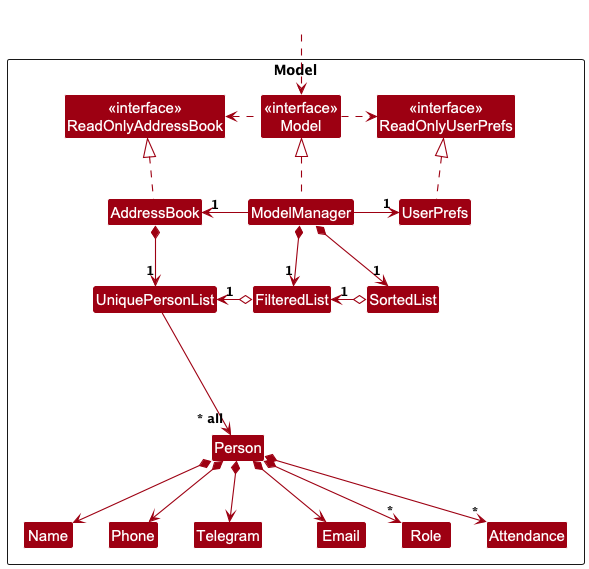
This is docs/images/ModelClassDiagram.png from nus-cs2103-AY2425S1/tp, a PlantUML export, as it was before one commit.
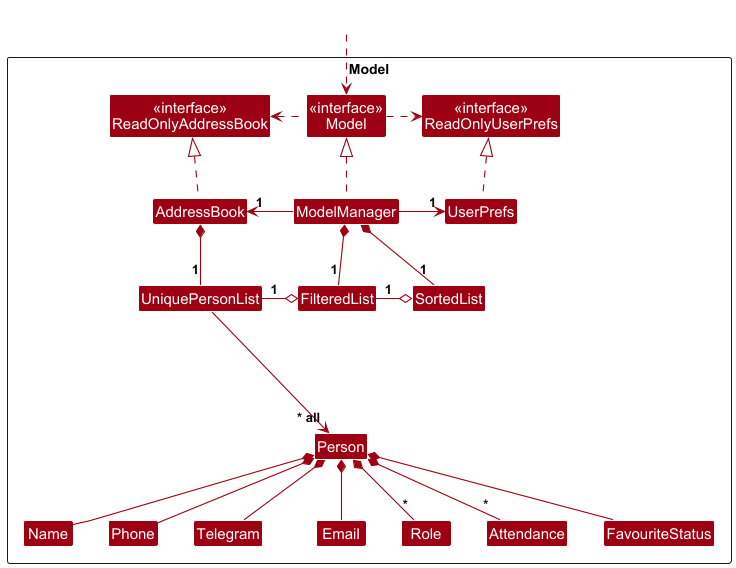
The same file after the commit.

Diff of the diagram source:
```diff
@@ -22,6 +22,7 @@
 Class Attendance
 Class FilteredList
 Class SortedList
+Class FavouriteStatus
 
 Class I #FFFFFF
 }
@@ -36,24 +37,25 @@
 Model .left.> ReadOnlyAddressBook
 ModelManager -left-> "1" AddressBook
 ModelManager -right-> "1" UserPrefs
-ModelManager *-down-> "1" SortedList
-ModelManager *-down-> "1" FilteredList
+ModelManager *-down- "1" SortedList
+ModelManager *-down- "1" FilteredList
 UserPrefs .up.|> ReadOnlyUserPrefs
 
-AddressBook *--> "1" UniquePersonList
+AddressBook *-- "1" UniquePersonList
 UniquePersonList --> "~* all" Person
-Person *--> Name
-Person *--> Phone
-Person *--> Email
-Person *--> Telegram
-Person *--> "*" Role
-Person *--> "*" Attendance
+Person *-- Name
+Person *-- Phone
+Person *-- Email
+Person *-- Telegram
+Person *-- "*" Role
+Person *-- "*" Attendance
+Person *-- FavouriteStatus
 
 Person -[hidden]up--> I
 UniquePersonList -[hidden]right-> I
 
-SortedList o-left-> "1" FilteredList
-FilteredList o-> "1" UniquePersonList
+SortedList o-left- "1" FilteredList
+FilteredList o- "1" UniquePersonList
 
 Name -[hidden]right-> Phone
 Telegram -[hidden]right-> Telegram
```
